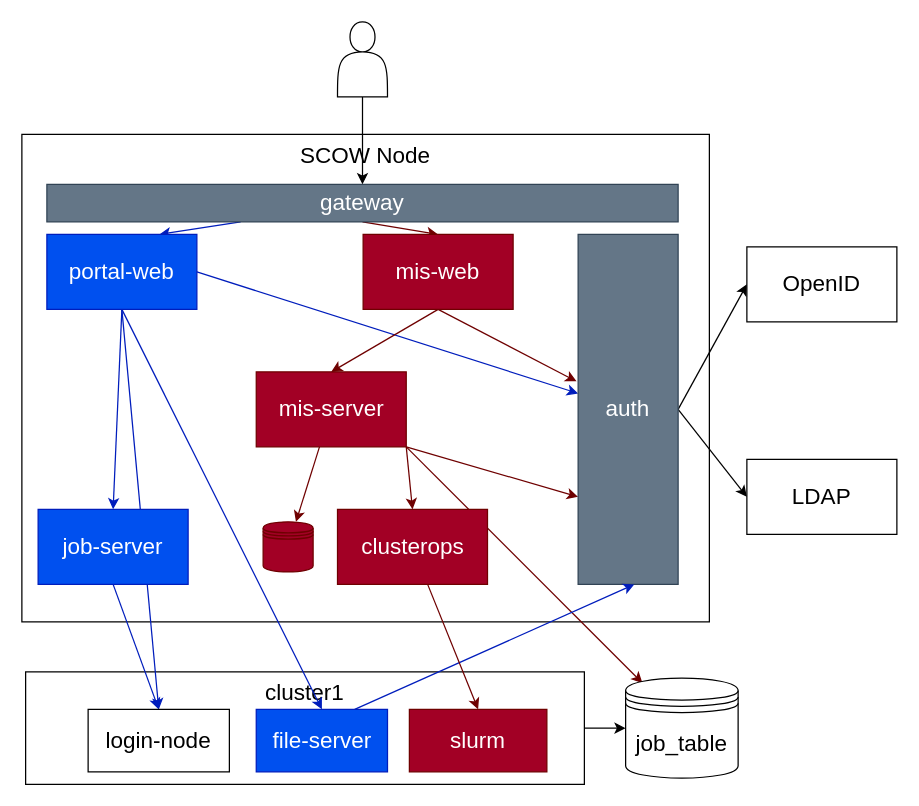
Before: docs/diagrams/architecture.dio in PKUHPC/OpenSCOW, a draw.io diagram. Source tidied: cells renumbered, new cells numbered last; positions are measured from the earlier drawing's top-left corner, leaving out a move shared by most shapes. Both pictures are drawn from the tidied source at 125%, with x=0, y=0 at pixel (21, 21).
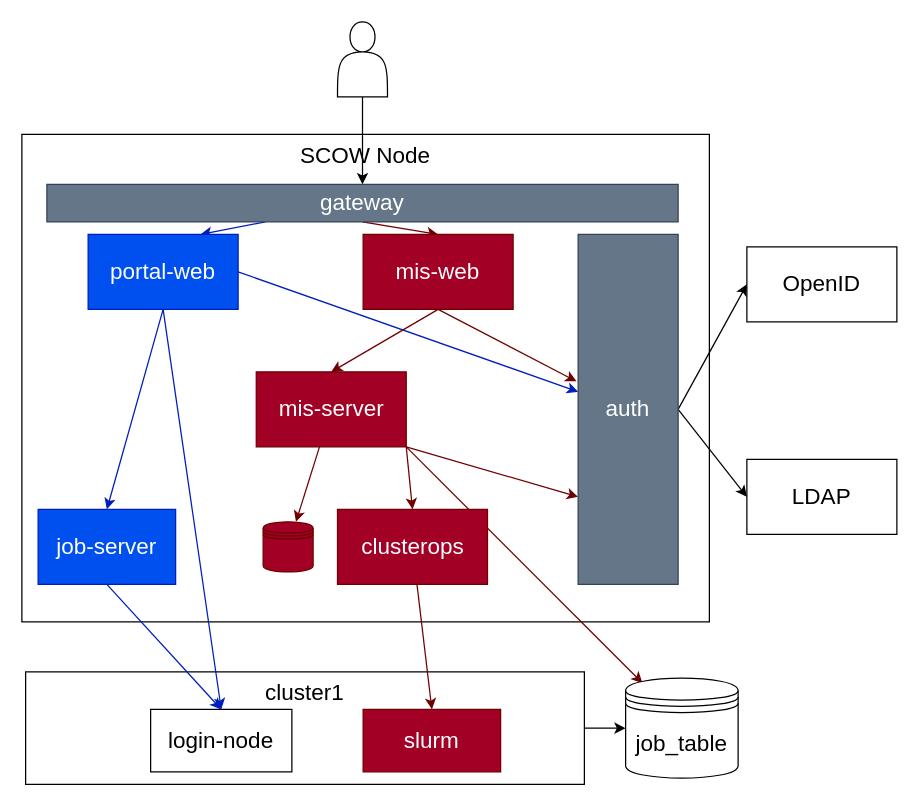
Above is the later version.

Diff of the diagram source:
```diff
@@
     <mxCell id="14" value="portal-web" style="whiteSpace=wrap;html=1;fontSize=18;fillColor=#0050ef;fontColor=#ffffff;strokeColor=#001DBC;labelBackgroundColor=none;" parent="1" vertex="1">
-      <mxGeometry x="20" y="170" width="120" height="60" as="geometry" />
+      <mxGeometry x="53" y="170" width="120" height="60" as="geometry" />
     </mxCell>
@@
-    <mxCell id="30" style="edgeStyle=none;html=1;exitX=0.75;exitY=0;exitDx=0;exitDy=0;fontSize=18;fillColor=#0050ef;strokeColor=#001DBC;labelBackgroundColor=none;" parent="1" edge="1" source="31">
-      <mxGeometry relative="1" as="geometry">
-        <mxPoint x="490" y="450" as="targetPoint" />
-      </mxGeometry>
-    </mxCell>
-    <mxCell id="31" value="file-server" style="rounded=0;whiteSpace=wrap;html=1;fontSize=18;fillColor=#0050ef;fontColor=#ffffff;strokeColor=#001DBC;labelBackgroundColor=none;" parent="1" vertex="1">
-      <mxGeometry x="187.5" y="550" width="105" height="50" as="geometry" />
-    </mxCell>
     <mxCell id="32" value="slurm" style="rounded=0;whiteSpace=wrap;html=1;fontSize=18;fillColor=#a20025;fontColor=#ffffff;strokeColor=#6F0000;labelBackgroundColor=none;" parent="1" vertex="1">
-      <mxGeometry x="310" y="550" width="110" height="50" as="geometry" />
+      <mxGeometry x="273" y="550" width="110" height="50" as="geometry" />
     </mxCell>
-    <mxCell id="33" style="edgeStyle=none;html=1;exitX=0.5;exitY=1;exitDx=0;exitDy=0;entryX=0.5;entryY=0;entryDx=0;entryDy=0;fontSize=18;fillColor=#0050ef;strokeColor=#001DBC;labelBackgroundColor=none;" parent="1" edge="1" source="14" target="31">
-      <mxGeometry relative="1" as="geometry" />
-    </mxCell>
@@
     <mxCell id="36" value="job-server" style="rounded=0;whiteSpace=wrap;html=1;fontSize=18;fillColor=#0050ef;fontColor=#ffffff;strokeColor=#001DBC;labelBackgroundColor=none;" parent="1" vertex="1">
-      <mxGeometry x="13" y="390" width="120" height="60" as="geometry" />
+      <mxGeometry x="13" y="390" width="110" height="60" as="geometry" />
     </mxCell>
     <mxCell id="37" value="login-node" style="rounded=0;whiteSpace=wrap;html=1;fontSize=18;labelBackgroundColor=none;" parent="1" vertex="1">
-      <mxGeometry x="53" y="550" width="113" height="50" as="geometry" />
+      <mxGeometry x="103" y="550" width="113" height="50" as="geometry" />
     </mxCell>
```
